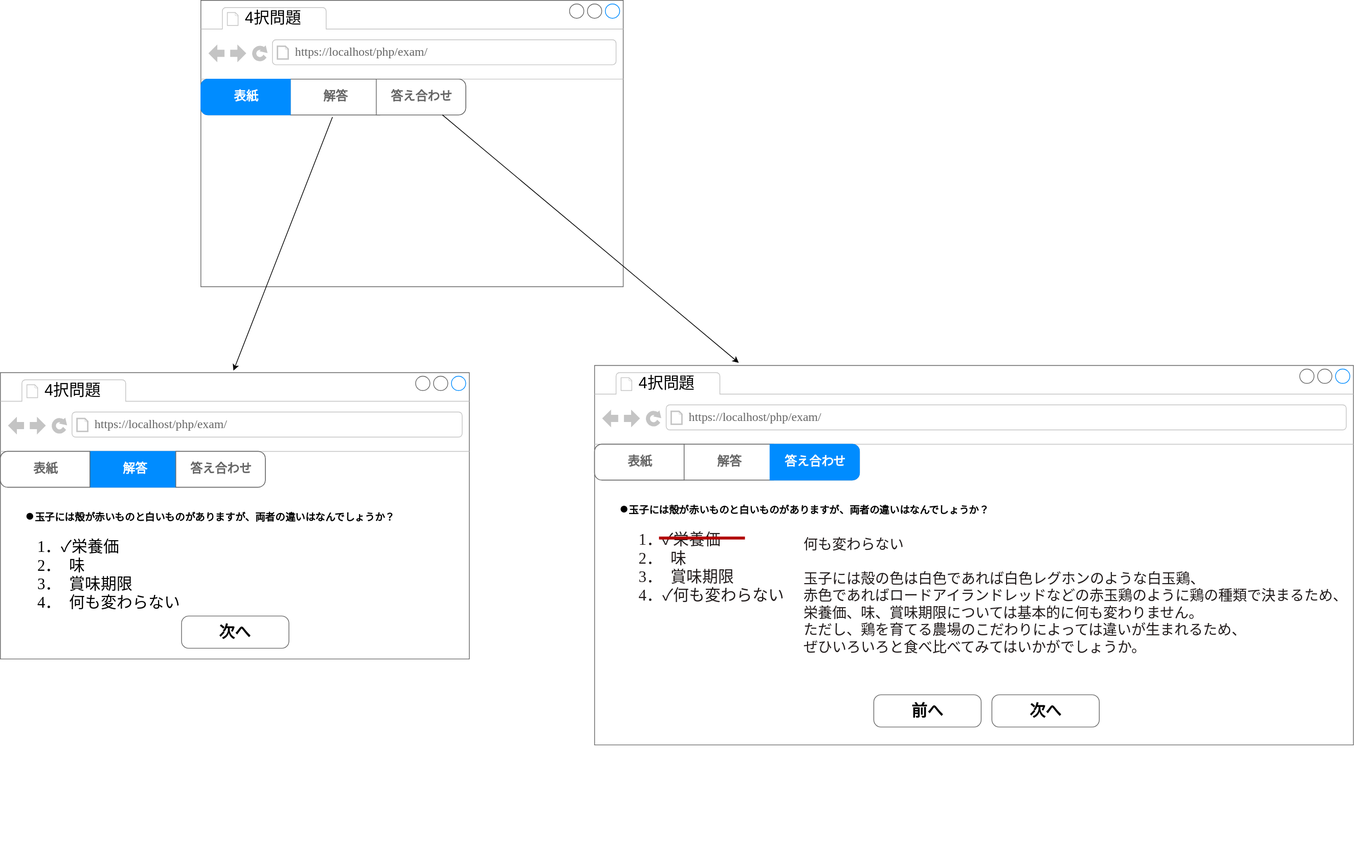
The draw.io diagram image/画面遷移図.svg in k-irie/exam, before a commit. Source tidied: cells renumbered, new cells last; positions are measured from the earlier drawing's top-left corner, leaving out a move shared by most shapes.
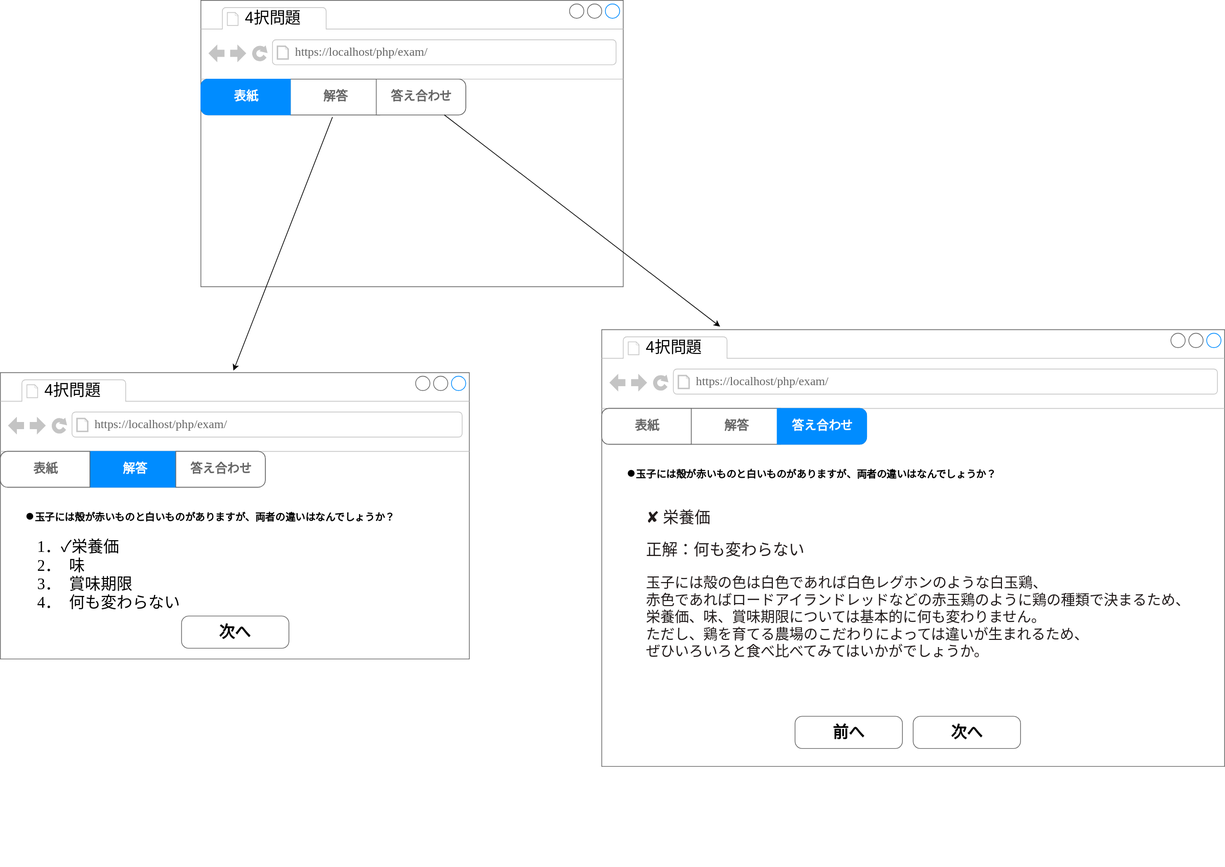
The same diagram one commit later.

Change to the diagram source:
```diff
@@ -65,7 +65,7 @@
       <mxGeometry relative="1" as="geometry" />
     </mxCell>
     <mxCell id="20" style="strokeWidth=1;shadow=0;dashed=0;align=center;html=1;shape=mxgraph.mockup.containers.browserWindow;rSize=0;strokeColor=#666666;strokeColor2=#008cff;strokeColor3=#c4c4c4;mainText=,;fontFamily=Lucida Console;fontSize=22;" parent="1" vertex="1">
-      <mxGeometry x="830" y="510" width="1060" height="530" as="geometry" />
+      <mxGeometry x="840" y="460" width="870" height="610" as="geometry" />
     </mxCell>
     <mxCell id="21" value="&lt;span style=&quot;color: rgb(0, 0, 0); font-family: Helvetica; font-size: 22px; text-align: center;&quot;&gt;4択問題&lt;/span&gt;" style="strokeWidth=1;shadow=0;dashed=0;align=center;html=1;shape=mxgraph.mockup.containers.anchor;fontSize=17;fontColor=#666666;align=left;fontFamily=Lucida Console;" parent="20" vertex="1">
       <mxGeometry x="60" y="12" width="110" height="26" as="geometry" />
@@ -92,24 +92,21 @@
     <mxCell id="27" value="●&lt;span style=&quot;background-color: rgb(255, 255, 255); font-family: &amp;quot;Cascadia Code&amp;quot;, Consolas, &amp;quot;Courier New&amp;quot;, monospace, Consolas, &amp;quot;Courier New&amp;quot;, monospace; font-size: 14px; font-weight: bold;&quot;&gt;玉子には殻が赤いものと白いものがありますが、両者の違いはなんでしょうか？&lt;/span&gt;" style="text;html=1;align=left;verticalAlign=middle;strokeColor=none;fillColor=none;fontSize=22;fontFamily=Lucida Console;fontColor=#000000;" parent="20" vertex="1">
       <mxGeometry x="32.5" y="180" width="590" height="40" as="geometry" />
     </mxCell>
-    <mxCell id="28" value="1．✓栄養価&#10;2．　味&#10;3．　賞味期限&#10;4．✓何も変わらない" style="text;align=left;verticalAlign=middle;strokeColor=none;fillColor=none;fontSize=22;fontFamily=Lucida Console;fontColor=#221c1c;" parent="20" vertex="1">
-      <mxGeometry x="60" y="220" width="230" height="120" as="geometry" />
+    <mxCell id="28" value="✘ 栄養価" style="text;align=left;verticalAlign=middle;strokeColor=none;fillColor=none;fontSize=22;fontFamily=Lucida Console;fontColor=#221c1c;" parent="20" vertex="1">
+      <mxGeometry x="60" y="240" width="120" height="40" as="geometry" />
     </mxCell>
+    <mxCell id="31" value="玉子には殻の色は白色であれば白色レグホンのような白玉鶏、&#10;赤色であればロードアイランドレッドなどの赤玉鶏のように鶏の種類で決まるため、&#10;栄養価、味、賞味期限については基本的に何も変わりません。&#10;ただし、鶏を育てる農場のこだわりによっては違いが生まれるため、&#10;ぜひいろいろと食べ比べてみてはいかがでしょうか。" style="text;align=left;verticalAlign=middle;strokeColor=none;fillColor=none;fontSize=20;fontFamily=Lucida Console;fontColor=#221c1c;" parent="20" vertex="1">
+      <mxGeometry x="60" y="335" width="780" height="130" as="geometry" />
+    </mxCell>
+    <mxCell id="35" value="正解：何も変わらない" style="text;align=left;verticalAlign=middle;strokeColor=none;fillColor=none;fontSize=22;fontFamily=Lucida Console;fontColor=#221c1c;" parent="20" vertex="1">
+      <mxGeometry x="60" y="285" width="240" height="40" as="geometry" />
+    </mxCell>
+    <mxCell id="32" value="前へ" style="strokeWidth=1;shadow=0;dashed=0;align=center;html=1;shape=mxgraph.mockup.buttons.button;strokeColor=#666666;fontColor=default;mainText=;buttonStyle=round;fontSize=22;fontStyle=1;fillColor=#ffffff;whiteSpace=wrap;fontFamily=Lucida Console;" parent="20" vertex="1">
+      <mxGeometry x="270" y="540" width="150" height="45" as="geometry" />
+    </mxCell>
     <mxCell id="29" value="次へ" style="strokeWidth=1;shadow=0;dashed=0;align=center;html=1;shape=mxgraph.mockup.buttons.button;strokeColor=#666666;fontColor=default;mainText=;buttonStyle=round;fontSize=22;fontStyle=1;fillColor=#ffffff;whiteSpace=wrap;fontFamily=Lucida Console;" parent="20" vertex="1">
-      <mxGeometry x="555" y="460" width="150" height="45" as="geometry" />
+      <mxGeometry x="435" y="540" width="150" height="45" as="geometry" />
     </mxCell>
-    <mxCell id="30" style="endArrow=none;html=1;fontFamily=Lucida Console;fontSize=22;fontColor=#221c1c;fillColor=#e51400;strokeColor=#B20000;strokeWidth=4;" parent="20" edge="1">
-      <mxGeometry relative="1" as="geometry">
-        <mxPoint x="90" y="241" as="sourcePoint" />
-        <mxPoint x="210" y="241" as="targetPoint" />
-      </mxGeometry>
-    </mxCell>
-    <mxCell id="31" value="何も変わらない&#10;&#10;玉子には殻の色は白色であれば白色レグホンのような白玉鶏、&#10;赤色であればロードアイランドレッドなどの赤玉鶏のように鶏の種類で決まるため、&#10;栄養価、味、賞味期限については基本的に何も変わりません。&#10;ただし、鶏を育てる農場のこだわりによっては違いが生まれるため、&#10;ぜひいろいろと食べ比べてみてはいかがでしょうか。" style="text;align=left;verticalAlign=middle;strokeColor=none;fillColor=none;fontSize=20;fontFamily=Lucida Console;fontColor=#221c1c;" parent="20" vertex="1">
-      <mxGeometry x="290" y="230" width="780" height="180" as="geometry" />
-    </mxCell>
-    <mxCell id="32" value="前へ" style="strokeWidth=1;shadow=0;dashed=0;align=center;html=1;shape=mxgraph.mockup.buttons.button;strokeColor=#666666;fontColor=default;mainText=;buttonStyle=round;fontSize=22;fontStyle=1;fillColor=#ffffff;whiteSpace=wrap;fontFamily=Lucida Console;" parent="20" vertex="1">
-      <mxGeometry x="390" y="460" width="150" height="45" as="geometry" />
-    </mxCell>
     <mxCell id="33" style="edgeStyle=none;html=1;entryX=0.19;entryY=-0.007;entryDx=0;entryDy=0;entryPerimeter=0;fontFamily=Lucida Console;fontSize=22;fontColor=#000000;" parent="1" edge="1" source="7" target="20">
       <mxGeometry relative="1" as="geometry" />
     </mxCell>
```
